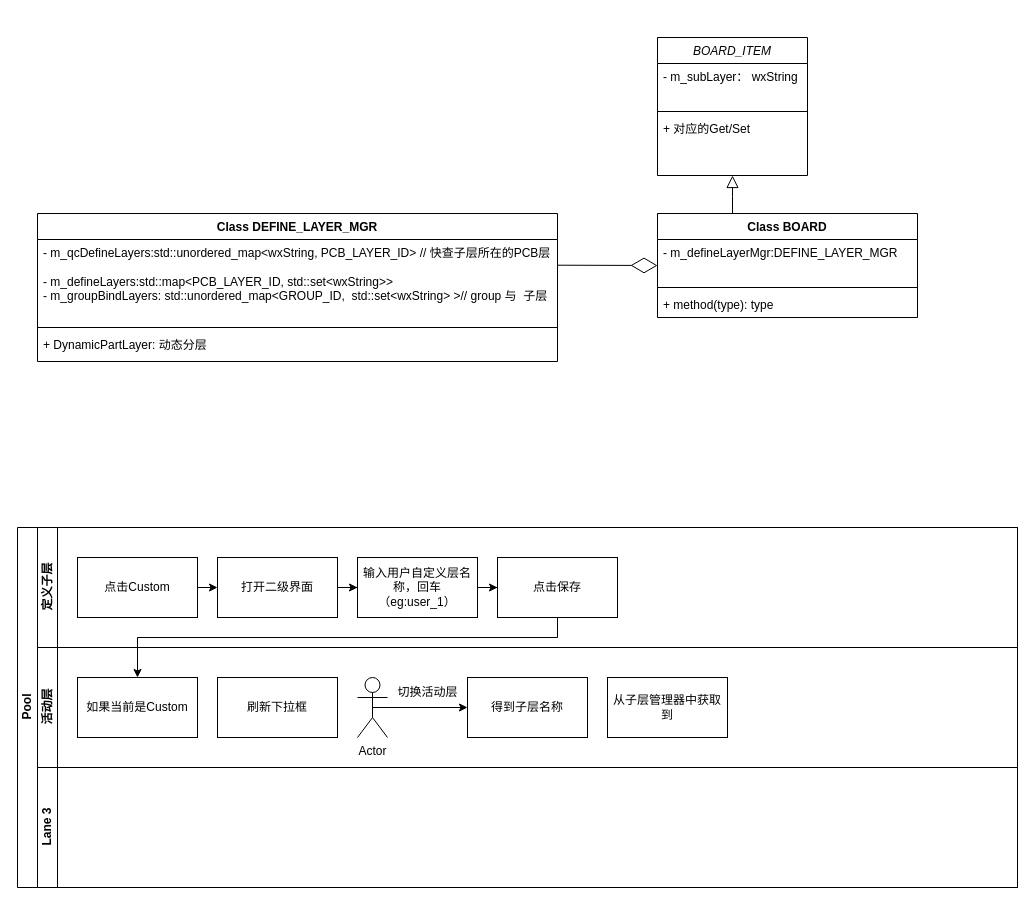
Before: 未命名绘图1.drawio in xiziss/xiziss.github.io, a draw.io diagram. Source tidied: cells renumbered, new cells numbered last; positions are measured from the earlier drawing's top-left corner, leaving out a move shared by most shapes. Both pictures are drawn from the tidied source at 100%, with x=0, y=0 at pixel (17, 37).
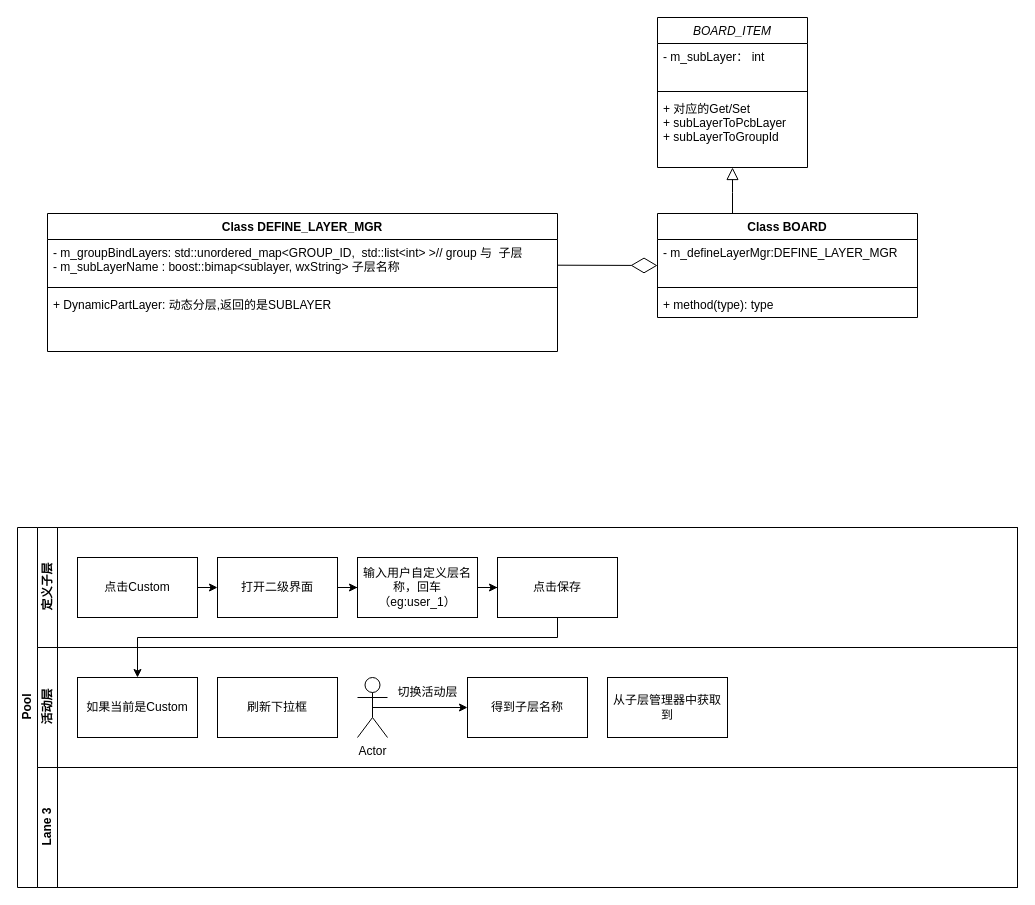
Above is the later version.

Commit message:
更新未命名绘图1.drawio

What changed in the source:
```diff
@@
     <mxCell id="2" value="BOARD_ITEM" style="swimlane;fontStyle=2;align=center;verticalAlign=top;horizontal=1;startSize=26;rounded=0;shadow=0;strokeWidth=1;" parent="1" vertex="1">
-      <mxGeometry x="640" width="150" height="138" as="geometry" />
+      <mxGeometry x="640" y="-20" width="150" height="150" as="geometry" />
     </mxCell>
-    <mxCell id="3" value="- m_subLayer： wxString" style="text;align=left;verticalAlign=top;spacingLeft=4;spacingRight=4;overflow=hidden;" parent="2" vertex="1">
+    <mxCell id="3" value="- m_subLayer： int" style="text;align=left;verticalAlign=top;spacingLeft=4;spacingRight=4;overflow=hidden;" parent="2" vertex="1">
       <mxGeometry y="26" width="150" height="44" as="geometry" />
     </mxCell>
@@
-    <mxCell id="5" value="+ 对应的Get/Set" style="text;align=left;verticalAlign=top;spacingLeft=4;spacingRight=4;overflow=hidden;" parent="2" vertex="1">
-      <mxGeometry y="78" width="150" height="26" as="geometry" />
+    <mxCell id="5" value="+ 对应的Get/Set&#10;+ subLayerToPcbLayer&#10;+ subLayerToGroupId" style="text;align=left;verticalAlign=top;spacingLeft=4;spacingRight=4;overflow=hidden;" parent="2" vertex="1">
+      <mxGeometry y="78" width="150" height="62" as="geometry" />
     </mxCell>
@@
     <mxCell id="7" value="Class&amp;nbsp;DEFINE_LAYER_MGR" style="swimlane;fontStyle=1;align=center;verticalAlign=top;horizontal=1;startSize=26;whiteSpace=wrap;html=1;" parent="1" vertex="1">
-      <mxGeometry x="20" y="176" width="520" height="148" as="geometry" />
+      <mxGeometry x="30" y="176" width="510" height="138" as="geometry" />
     </mxCell>
-    <mxCell id="8" value="- m_qcDefineLayers:std::unordered_map&amp;lt;wxString, PCB_LAYER_ID&amp;gt; // 快查子层所在的PCB层&lt;br style=&quot;border-color: var(--border-color); padding: 0px; margin: 0px;&quot;&gt;&lt;br style=&quot;border-color: var(--border-color); padding: 0px; margin: 0px;&quot;&gt;- m_defineLayers:std::map&amp;lt;PCB_LAYER_ID, std::set&amp;lt;wxString&amp;gt;&amp;gt;&amp;nbsp;&lt;br&gt;- m_groupBindLayers: std::unordered_map&amp;lt;GROUP_ID,&amp;nbsp; std::set&amp;lt;wxString&amp;gt; &amp;gt;// group 与&amp;nbsp; 子层&amp;nbsp;" style="text;strokeColor=none;fillColor=none;align=left;verticalAlign=top;spacingLeft=4;spacingRight=4;overflow=hidden;whiteSpace=wrap;html=1;" parent="7" vertex="1">
-      <mxGeometry y="26" width="520" height="84" as="geometry" />
+    <mxCell id="8" value="- m_groupBindLayers: std::unordered_map&amp;lt;GROUP_ID,&amp;nbsp; std::list&amp;lt;int&amp;gt; &amp;gt;// group 与&amp;nbsp; 子层&amp;nbsp;&lt;br&gt;- m_subLayerName : boost::bimap&amp;lt;sublayer, wxString&amp;gt; 子层名称" style="text;strokeColor=none;fillColor=none;align=left;verticalAlign=top;spacingLeft=4;spacingRight=4;overflow=hidden;whiteSpace=wrap;html=1;" parent="7" vertex="1">
+      <mxGeometry y="26" width="510" height="44" as="geometry" />
     </mxCell>
     <mxCell id="9" style="line;strokeWidth=1;fillColor=none;align=left;verticalAlign=middle;spacingTop=-1;spacingLeft=3;spacingRight=3;labelPosition=right;strokeColor=inherit;" parent="7" vertex="1">
-      <mxGeometry y="110" width="520" height="8" as="geometry" />
+      <mxGeometry y="70" width="510" height="8" as="geometry" />
     </mxCell>
-    <mxCell id="10" value="+ DynamicPartLayer: 动态分层&lt;br&gt;" style="text;strokeColor=none;fillColor=none;align=left;verticalAlign=top;spacingLeft=4;spacingRight=4;overflow=hidden;whiteSpace=wrap;html=1;" parent="7" vertex="1">
-      <mxGeometry y="118" width="520" height="30" as="geometry" />
+    <mxCell id="10" value="+ DynamicPartLayer: 动态分层,返回的是SUBLAYER" style="text;strokeColor=none;fillColor=none;align=left;verticalAlign=top;spacingLeft=4;spacingRight=4;overflow=hidden;whiteSpace=wrap;html=1;" parent="7" vertex="1">
+      <mxGeometry y="78" width="510" height="60" as="geometry" />
     </mxCell>
```
